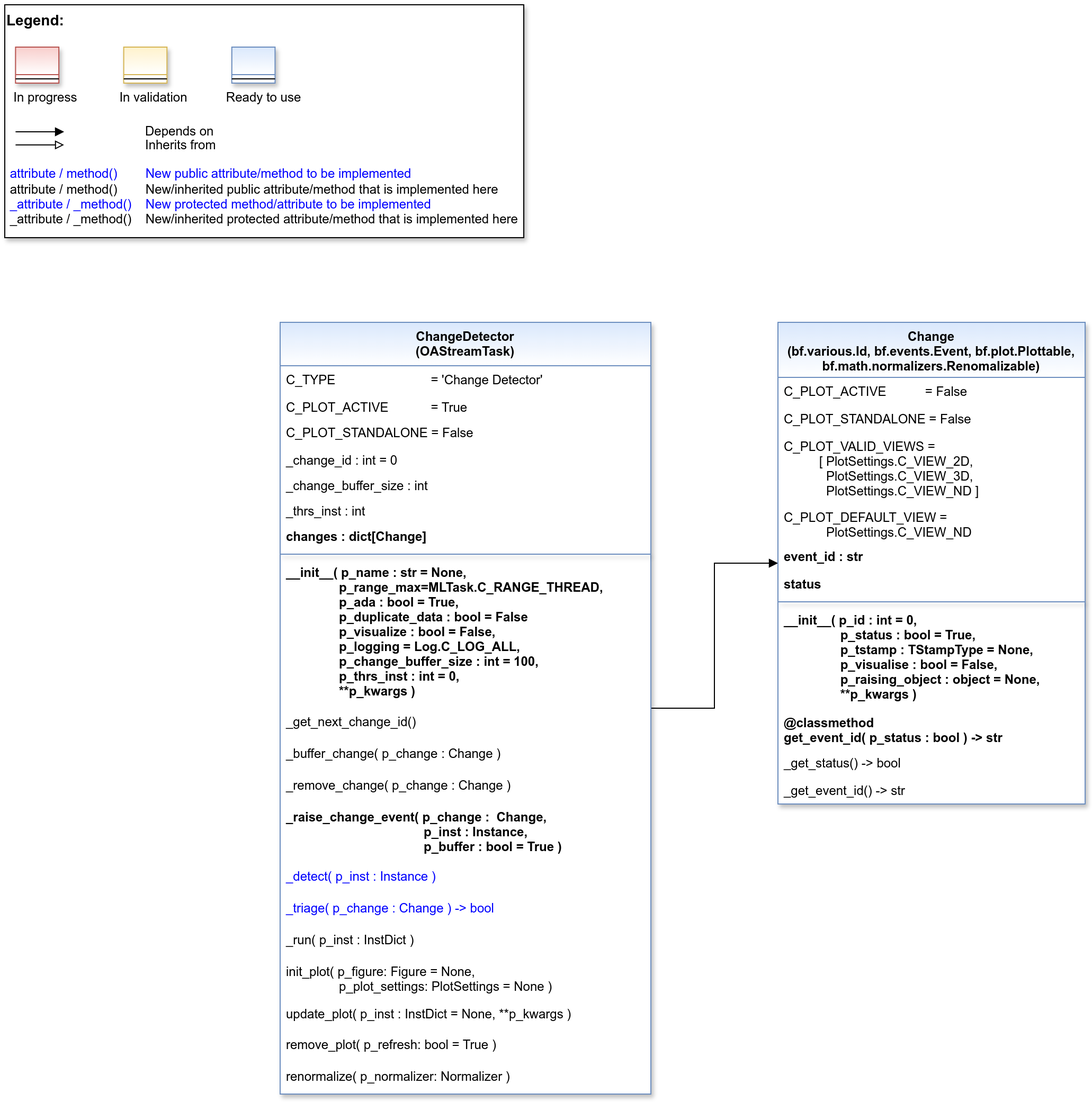
fhswf/MLPro keeps this draw.io diagram as doc/rtd/content/99_appendices/appendix2/sub/mlpro_oa/streams/30_change_detection/images/MLPro-OA-Change-Detectors_class_diagram.drawio.png. Above is the earlier version. Source tidied: cells renumbered, new cells last; positions are measured from the earlier drawing's top-left corner, leaving out a move shared by most shapes. The source it was exported from:
```xml
<mxGraphModel>
  <root>
    <mxCell id="0" />
    <mxCell id="1" parent="0" />
    <mxCell id="2" style="group;" parent="1" vertex="1">
      <mxGeometry width="490" height="220" as="geometry" />
    </mxCell>
    <mxCell id="3" value="&lt;font color=&quot;#000000&quot; size=&quot;1&quot;&gt;&lt;b style=&quot;font-size: 14px&quot;&gt;Legend:&lt;br&gt;&lt;/b&gt;&lt;/font&gt;&lt;br&gt;&lt;br&gt;&lt;br&gt;&lt;font color=&quot;#0000ff&quot; style=&quot;font-size: 6px&quot;&gt;&lt;br&gt;&lt;/font&gt;&lt;span style=&quot;color: rgb(0 , 0 , 0)&quot;&gt;&lt;font style=&quot;font-size: 4px&quot;&gt;&amp;nbsp; &amp;nbsp;&lt;/font&gt;&amp;nbsp;In progress&amp;nbsp; &amp;nbsp; &amp;nbsp; &amp;nbsp; &amp;nbsp; &amp;nbsp; In validation&amp;nbsp; &amp;nbsp; &amp;nbsp; &amp;nbsp; &amp;nbsp; &amp;nbsp;Ready to use&lt;/span&gt;&lt;font color=&quot;#000000&quot;&gt;&amp;nbsp;&lt;br&gt;&lt;/font&gt;&lt;font color=&quot;#0000ff&quot;&gt;&lt;br&gt;&lt;br&gt;&lt;br&gt;&lt;br&gt;&amp;nbsp;attribute / method()&amp;nbsp; &amp;nbsp; &amp;nbsp; &amp;nbsp; New public attribute/method to be implemented&lt;/font&gt;&lt;br&gt;&lt;font color=&quot;#000000&quot;&gt;&amp;nbsp;&lt;/font&gt;&lt;font color=&quot;#000000&quot;&gt;attribute / method()&lt;span&gt; &lt;/span&gt;&amp;nbsp; &amp;nbsp; &amp;nbsp; &amp;nbsp;New/inherited public attribute/method that is implemented here&lt;br&gt;&lt;/font&gt;&lt;font color=&quot;#0000ff&quot;&gt;&amp;nbsp;_attribute /&amp;nbsp;&lt;/font&gt;&lt;font color=&quot;#0000ff&quot;&gt;_method()&amp;nbsp; &amp;nbsp; New protected method/attribute to be implemented&lt;/font&gt;&lt;br&gt;&lt;font color=&quot;#000000&quot;&gt;&amp;nbsp;_attribute / _method()&amp;nbsp; &amp;nbsp; New/inherited protected attribute/method that is implemented here&lt;br&gt;&lt;/font&gt;&lt;font color=&quot;#000000&quot;&gt;&lt;br&gt;&lt;br&gt;&lt;br&gt;&lt;br&gt;&lt;br&gt;&lt;/font&gt;" style="text;html=1;align=left;verticalAlign=top;whiteSpace=wrap;rounded=0;fontColor=#006600;strokeColor=#000000;shadow=1;fillColor=#ffffff;" parent="2" vertex="1">
      <mxGeometry width="490" height="220" as="geometry" />
    </mxCell>
    <mxCell id="4" value="Depends on" style="endArrow=block;html=1;labelPosition=right;verticalLabelPosition=middle;align=left;verticalAlign=middle;endFill=1;fontSize=12;" parent="2" edge="1">
      <mxGeometry x="-1623.1" y="-2180" as="geometry">
        <mxPoint x="10.2" y="120" as="sourcePoint" />
        <mxPoint x="56" y="120" as="targetPoint" />
        <Array as="points">
          <mxPoint x="30.6" y="120" />
        </Array>
        <mxPoint x="98" as="offset" />
      </mxGeometry>
    </mxCell>
    <mxCell id="5" value="Inherits from" style="endArrow=block;html=1;labelPosition=right;verticalLabelPosition=middle;align=left;verticalAlign=middle;endFill=0;fontSize=12;" parent="2" edge="1">
      <mxGeometry x="-1623.1" y="-2180" as="geometry">
        <mxPoint x="10.2" y="132.4" as="sourcePoint" />
        <mxPoint x="56" y="132.4" as="targetPoint" />
        <mxPoint x="98" y="1" as="offset" />
      </mxGeometry>
    </mxCell>
    <mxCell id="6" style="swimlane;fontStyle=3;align=center;verticalAlign=top;horizontal=1;startSize=26;rounded=0;shadow=1;strokeWidth=1;fillColor=#f8cecc;strokeColor=#b85450;gradientColor=#ffffff;swimlaneFillColor=#ffffff;" parent="2" vertex="1">
      <mxGeometry x="10.2" y="40" width="40.8" height="34" as="geometry" />
    </mxCell>
    <mxCell id="7" style="line;html=1;strokeWidth=1;align=left;verticalAlign=middle;spacingTop=-1;spacingLeft=3;spacingRight=3;labelPosition=right;" parent="6" vertex="1">
      <mxGeometry y="26" width="40.8" height="8" as="geometry" />
    </mxCell>
    <mxCell id="8" style="swimlane;fontStyle=3;align=center;verticalAlign=top;horizontal=1;startSize=26;rounded=0;shadow=1;strokeWidth=1;fillColor=#fff2cc;strokeColor=#d6b656;gradientColor=#ffffff;swimlaneFillColor=#ffffff;" parent="2" vertex="1">
      <mxGeometry x="112.3" y="40" width="40.8" height="34" as="geometry" />
    </mxCell>
    <mxCell id="9" style="line;html=1;strokeWidth=1;align=left;verticalAlign=middle;spacingTop=-1;spacingLeft=3;spacingRight=3;labelPosition=right;" parent="8" vertex="1">
      <mxGeometry y="26" width="40.8" height="8" as="geometry" />
    </mxCell>
    <mxCell id="10" style="swimlane;fontStyle=3;align=center;verticalAlign=top;horizontal=1;startSize=26;rounded=0;shadow=1;strokeWidth=1;fillColor=#dae8fc;strokeColor=#6c8ebf;gradientColor=#ffffff;swimlaneFillColor=#ffffff;" parent="2" vertex="1">
      <mxGeometry x="214.4" y="40" width="40.8" height="34" as="geometry" />
    </mxCell>
    <mxCell id="11" style="line;html=1;strokeWidth=1;align=left;verticalAlign=middle;spacingTop=-1;spacingLeft=3;spacingRight=3;labelPosition=right;" parent="10" vertex="1">
      <mxGeometry y="26" width="40.8" height="8" as="geometry" />
    </mxCell>
    <mxCell id="12" style="edgeStyle=orthogonalEdgeStyle;rounded=0;jettySize=auto;html=1;endArrow=block;endFill=1;" parent="1" edge="1" source="13" target="34">
      <mxGeometry relative="1" as="geometry" />
    </mxCell>
    <mxCell id="13" value="ChangeDetector&#10;(OAStreamTask)" style="swimlane;align=center;verticalAlign=top;horizontal=1;startSize=41;rounded=0;shadow=1;strokeWidth=1;fillColor=#dae8fc;strokeColor=#6c8ebf;swimlaneFillColor=#ffffff;gradientColor=#FFFFFF;" parent="1" vertex="1">
      <mxGeometry x="260" y="300" width="350" height="729" as="geometry" />
    </mxCell>
    <mxCell id="14" value="C_TYPE                           = 'Change Detector'" style="text;align=left;verticalAlign=top;spacingLeft=4;spacingRight=4;overflow=hidden;fontStyle=0;fontColor=default;" parent="13" vertex="1">
      <mxGeometry y="41" width="350" height="26" as="geometry" />
    </mxCell>
    <mxCell id="15" value="C_PLOT_ACTIVE&amp;nbsp; &amp;nbsp; &amp;nbsp; &amp;nbsp; &amp;nbsp;&lt;span style=&quot;white-space: pre;&quot;&gt;&#9;&lt;/span&gt;&amp;nbsp;= True" style="text;align=left;verticalAlign=top;spacingLeft=4;spacingRight=4;overflow=hidden;html=1;" parent="13" vertex="1">
      <mxGeometry y="67" width="350" height="24" as="geometry" />
    </mxCell>
    <mxCell id="16" value="C_PLOT_STANDALONE = False" style="text;align=left;verticalAlign=top;spacingLeft=4;spacingRight=4;overflow=hidden;" parent="13" vertex="1">
      <mxGeometry y="91" width="350" height="26" as="geometry" />
    </mxCell>
    <mxCell id="17" value="_change_id : int = 0" style="text;align=left;verticalAlign=top;spacingLeft=4;spacingRight=4;overflow=hidden;" parent="13" vertex="1">
      <mxGeometry y="117" width="350" height="24" as="geometry" />
    </mxCell>
    <mxCell id="18" value="_change_buffer_size : int" style="text;align=left;verticalAlign=top;spacingLeft=4;spacingRight=4;overflow=hidden;" parent="13" vertex="1">
      <mxGeometry y="141" width="350" height="24" as="geometry" />
    </mxCell>
    <mxCell id="19" value="_thrs_inst : int" style="text;align=left;verticalAlign=top;spacingLeft=4;spacingRight=4;overflow=hidden;" parent="13" vertex="1">
      <mxGeometry y="165" width="350" height="24" as="geometry" />
    </mxCell>
    <mxCell id="20" value="changes : dict[Change]" style="text;align=left;verticalAlign=top;spacingLeft=4;spacingRight=4;overflow=hidden;fontStyle=1;" parent="13" vertex="1">
      <mxGeometry y="189" width="350" height="26" as="geometry" />
    </mxCell>
    <mxCell id="21" style="line;html=1;strokeWidth=1;align=center;verticalAlign=top;spacingTop=-1;spacingLeft=3;spacingRight=3;labelPosition=right;rounded=0;shadow=1;strokeColor=#6c8ebf;swimlaneFillColor=#ffffff;fontFamily=Helvetica;fontSize=12;fontColor=default;fontStyle=3;fillColor=#dae8fc;gradientColor=#ffffff;" parent="13" vertex="1">
      <mxGeometry y="215" width="350" height="8" as="geometry" />
    </mxCell>
    <mxCell id="22" value="__init__( p_name : str = None,&#10;               p_range_max=MLTask.C_RANGE_THREAD,&#10;               p_ada : bool = True,&#10;               p_duplicate_data : bool = False&#10;               p_visualize : bool = False,&#10;               p_logging = Log.C_LOG_ALL,&#10;               p_change_buffer_size : int = 100,&#10;               p_thrs_inst : int = 0,&#10;               **p_kwargs )" style="text;align=left;verticalAlign=top;spacingLeft=4;spacingRight=4;overflow=hidden;fontStyle=1;" parent="13" vertex="1">
      <mxGeometry y="223" width="350" height="141" as="geometry" />
    </mxCell>
    <mxCell id="23" value="_get_next_change_id()" style="text;align=left;verticalAlign=top;spacingLeft=4;spacingRight=4;overflow=hidden;shadow=1;" parent="13" vertex="1">
      <mxGeometry y="364" width="350" height="30" as="geometry" />
    </mxCell>
    <mxCell id="24" value="_buffer_change( p_change : Change )" style="text;align=left;verticalAlign=top;spacingLeft=4;spacingRight=4;overflow=hidden;shadow=1;" parent="13" vertex="1">
      <mxGeometry y="394" width="350" height="30" as="geometry" />
    </mxCell>
    <mxCell id="25" value="_remove_change( p_change : Change )" style="text;align=left;verticalAlign=top;spacingLeft=4;spacingRight=4;overflow=hidden;shadow=1;" parent="13" vertex="1">
      <mxGeometry y="424" width="350" height="30" as="geometry" />
    </mxCell>
    <mxCell id="26" value="_raise_change_event( p_change :  Change, &#10;                                       p_inst : Instance,&#10;                                       p_buffer : bool = True )" style="text;align=left;verticalAlign=top;spacingLeft=4;spacingRight=4;overflow=hidden;shadow=1;fontStyle=1;" parent="13" vertex="1">
      <mxGeometry y="454" width="350" height="56" as="geometry" />
    </mxCell>
    <mxCell id="27" value="_detect( p_inst : Instance )" style="text;align=left;verticalAlign=top;spacingLeft=4;spacingRight=4;overflow=hidden;shadow=1;fontColor=#0000FF;" parent="13" vertex="1">
      <mxGeometry y="510" width="350" height="30" as="geometry" />
    </mxCell>
    <mxCell id="28" value="_triage( p_change : Change ) -&gt; bool" style="text;align=left;verticalAlign=top;spacingLeft=4;spacingRight=4;overflow=hidden;shadow=1;fontColor=#0000FF;" parent="13" vertex="1">
      <mxGeometry y="540" width="350" height="30" as="geometry" />
    </mxCell>
    <mxCell id="29" value="_run( p_inst : InstDict )" style="text;align=left;verticalAlign=top;spacingLeft=4;spacingRight=4;overflow=hidden;shadow=1;" parent="13" vertex="1">
      <mxGeometry y="570" width="350" height="30" as="geometry" />
    </mxCell>
    <mxCell id="30" value="init_plot( p_figure: Figure = None,&#10;               p_plot_settings: PlotSettings = None )" style="text;align=left;verticalAlign=top;spacingLeft=4;spacingRight=4;overflow=hidden;shadow=1;fontStyle=0;" parent="13" vertex="1">
      <mxGeometry y="600" width="350" height="40" as="geometry" />
    </mxCell>
    <mxCell id="31" value="update_plot( p_inst : InstDict = None, **p_kwargs )" style="text;align=left;verticalAlign=top;spacingLeft=4;spacingRight=4;overflow=hidden;shadow=1;fontStyle=0;" parent="13" vertex="1">
      <mxGeometry y="640" width="350" height="29" as="geometry" />
    </mxCell>
    <mxCell id="32" value="remove_plot( p_refresh: bool = True )" style="text;align=left;verticalAlign=top;spacingLeft=4;spacingRight=4;overflow=hidden;shadow=1;fontStyle=0;" parent="13" vertex="1">
      <mxGeometry y="669" width="350" height="30" as="geometry" />
    </mxCell>
    <mxCell id="33" value="renormalize( p_normalizer: Normalizer ) " style="text;align=left;verticalAlign=top;spacingLeft=4;spacingRight=4;overflow=hidden;shadow=1;fontStyle=0;" parent="13" vertex="1">
      <mxGeometry y="699" width="350" height="30" as="geometry" />
    </mxCell>
    <mxCell id="34" value="Change&#10;(bf.various.Id, bf.events.Event, bf.plot.Plottable,&#10;bf.math.normalizers.Renomalizable)" style="swimlane;fontStyle=1;align=center;verticalAlign=top;horizontal=1;startSize=52;rounded=0;shadow=1;strokeWidth=1;fillColor=#dae8fc;strokeColor=#6c8ebf;swimlaneFillColor=#ffffff;fontFamily=Helvetica;fontSize=12;gradientColor=#FFFFFF;" parent="1" vertex="1">
      <mxGeometry x="730" y="300" width="290" height="455" as="geometry" />
    </mxCell>
    <mxCell id="35" value="C_PLOT_ACTIVE           = False" style="text;align=left;verticalAlign=top;spacingLeft=4;spacingRight=4;overflow=hidden;" parent="34" vertex="1">
      <mxGeometry y="52" width="290" height="26" as="geometry" />
    </mxCell>
    <mxCell id="36" value="C_PLOT_STANDALONE = False" style="text;align=left;verticalAlign=top;spacingLeft=4;spacingRight=4;overflow=hidden;" parent="34" vertex="1">
      <mxGeometry y="78" width="290" height="26" as="geometry" />
    </mxCell>
    <mxCell id="37" value="C_PLOT_VALID_VIEWS = &#10;          [ PlotSettings.C_VIEW_2D, &#10;            PlotSettings.C_VIEW_3D, &#10;            PlotSettings.C_VIEW_ND ]" style="text;align=left;verticalAlign=top;spacingLeft=4;spacingRight=4;overflow=hidden;" parent="34" vertex="1">
      <mxGeometry y="104" width="290" height="67" as="geometry" />
    </mxCell>
    <mxCell id="38" value="C_PLOT_DEFAULT_VIEW = &#10;            PlotSettings.C_VIEW_ND" style="text;align=left;verticalAlign=top;spacingLeft=4;spacingRight=4;overflow=hidden;" parent="34" vertex="1">
      <mxGeometry y="171" width="290" height="37" as="geometry" />
    </mxCell>
    <mxCell id="39" value="event_id : str" style="text;align=left;verticalAlign=top;spacingLeft=4;spacingRight=4;overflow=hidden;fontStyle=1;" parent="34" vertex="1">
      <mxGeometry y="208" width="290" height="26" as="geometry" />
    </mxCell>
    <mxCell id="40" value="status" style="text;align=left;verticalAlign=top;spacingLeft=4;spacingRight=4;overflow=hidden;fontStyle=1;" parent="34" vertex="1">
      <mxGeometry y="234" width="290" height="26" as="geometry" />
    </mxCell>
    <mxCell id="41" style="line;html=1;strokeWidth=1;align=center;verticalAlign=top;spacingTop=-1;spacingLeft=3;spacingRight=3;labelPosition=right;rounded=0;shadow=1;strokeColor=#6c8ebf;swimlaneFillColor=#ffffff;fontFamily=Helvetica;fontSize=12;fontColor=default;fontStyle=1;fillColor=#dae8fc;gradientColor=#ffffff;" parent="34" vertex="1">
      <mxGeometry y="260" width="290" height="8" as="geometry" />
    </mxCell>
    <mxCell id="42" value="__init__( p_id : int = 0,&#10;                p_status : bool = True,&#10;                p_tstamp : TStampType = None,&#10;                p_visualise : bool = False,&#10;                p_raising_object : object = None,&#10;                **p_kwargs )" style="text;align=left;verticalAlign=top;spacingLeft=4;spacingRight=4;overflow=hidden;fontStyle=1;" parent="34" vertex="1">
      <mxGeometry y="268" width="290" height="97" as="geometry" />
    </mxCell>
    <mxCell id="43" value="@classmethod&#10;get_event_id( p_status : bool ) -&gt; str" style="text;align=left;verticalAlign=top;spacingLeft=4;spacingRight=4;overflow=hidden;fontStyle=1;" parent="34" vertex="1">
      <mxGeometry y="365" width="290" height="38" as="geometry" />
    </mxCell>
    <mxCell id="44" value="_get_status() -&gt; bool" style="text;align=left;verticalAlign=top;spacingLeft=4;spacingRight=4;overflow=hidden;fontStyle=0;" parent="34" vertex="1">
      <mxGeometry y="403" width="290" height="26" as="geometry" />
    </mxCell>
    <mxCell id="45" value="_get_event_id() -&gt; str" style="text;align=left;verticalAlign=top;spacingLeft=4;spacingRight=4;overflow=hidden;fontStyle=0;" parent="34" vertex="1">
      <mxGeometry y="429" width="290" height="26" as="geometry" />
    </mxCell>
  </root>
</mxGraphModel>
```
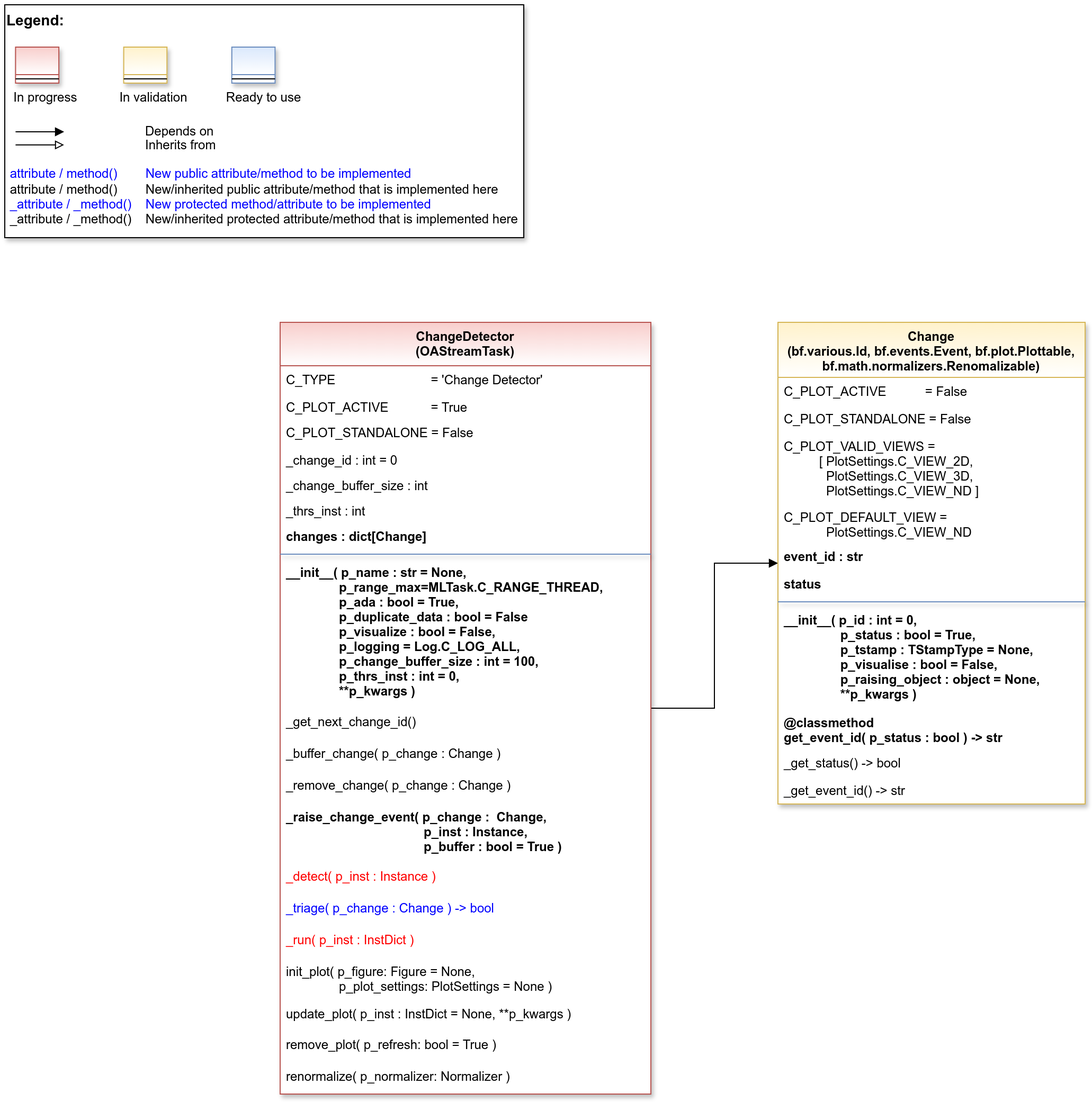
Later version of the same file.

Commit message:
Refact: Introduction of Change Detection as parent of Anomaly and Drift Detection #1197

Change to the diagram source:
```diff
@@ -46,7 +46,7 @@
     <mxCell id="12" style="edgeStyle=orthogonalEdgeStyle;rounded=0;jettySize=auto;html=1;endArrow=block;endFill=1;" parent="1" edge="1" source="13" target="34">
       <mxGeometry relative="1" as="geometry" />
     </mxCell>
-    <mxCell id="13" value="ChangeDetector&#10;(OAStreamTask)" style="swimlane;align=center;verticalAlign=top;horizontal=1;startSize=41;rounded=0;shadow=1;strokeWidth=1;fillColor=#dae8fc;strokeColor=#6c8ebf;swimlaneFillColor=#ffffff;gradientColor=#FFFFFF;" parent="1" vertex="1">
+    <mxCell id="13" value="ChangeDetector&#10;(OAStreamTask)" style="swimlane;align=center;verticalAlign=top;horizontal=1;startSize=41;rounded=0;shadow=1;strokeWidth=1;fillColor=#f8cecc;strokeColor=#b85450;swimlaneFillColor=#ffffff;gradientColor=#FFFFFF;" parent="1" vertex="1">
       <mxGeometry x="260" y="300" width="350" height="729" as="geometry" />
     </mxCell>
     <mxCell id="14" value="C_TYPE                           = 'Change Detector'" style="text;align=left;verticalAlign=top;spacingLeft=4;spacingRight=4;overflow=hidden;fontStyle=0;fontColor=default;" parent="13" vertex="1">
@@ -88,13 +88,13 @@
     <mxCell id="26" value="_raise_change_event( p_change :  Change, &#10;                                       p_inst : Instance,&#10;                                       p_buffer : bool = True )" style="text;align=left;verticalAlign=top;spacingLeft=4;spacingRight=4;overflow=hidden;shadow=1;fontStyle=1;" parent="13" vertex="1">
       <mxGeometry y="454" width="350" height="56" as="geometry" />
     </mxCell>
-    <mxCell id="27" value="_detect( p_inst : Instance )" style="text;align=left;verticalAlign=top;spacingLeft=4;spacingRight=4;overflow=hidden;shadow=1;fontColor=#0000FF;" parent="13" vertex="1">
+    <mxCell id="27" value="_detect( p_inst : Instance )" style="text;align=left;verticalAlign=top;spacingLeft=4;spacingRight=4;overflow=hidden;shadow=1;fontColor=#FF0000;" parent="13" vertex="1">
       <mxGeometry y="510" width="350" height="30" as="geometry" />
     </mxCell>
     <mxCell id="28" value="_triage( p_change : Change ) -&gt; bool" style="text;align=left;verticalAlign=top;spacingLeft=4;spacingRight=4;overflow=hidden;shadow=1;fontColor=#0000FF;" parent="13" vertex="1">
       <mxGeometry y="540" width="350" height="30" as="geometry" />
     </mxCell>
-    <mxCell id="29" value="_run( p_inst : InstDict )" style="text;align=left;verticalAlign=top;spacingLeft=4;spacingRight=4;overflow=hidden;shadow=1;" parent="13" vertex="1">
+    <mxCell id="29" value="_run( p_inst : InstDict )" style="text;align=left;verticalAlign=top;spacingLeft=4;spacingRight=4;overflow=hidden;shadow=1;fontColor=#FF0000;" parent="13" vertex="1">
       <mxGeometry y="570" width="350" height="30" as="geometry" />
     </mxCell>
     <mxCell id="30" value="init_plot( p_figure: Figure = None,&#10;               p_plot_settings: PlotSettings = None )" style="text;align=left;verticalAlign=top;spacingLeft=4;spacingRight=4;overflow=hidden;shadow=1;fontStyle=0;" parent="13" vertex="1">
@@ -109,7 +109,7 @@
     <mxCell id="33" value="renormalize( p_normalizer: Normalizer ) " style="text;align=left;verticalAlign=top;spacingLeft=4;spacingRight=4;overflow=hidden;shadow=1;fontStyle=0;" parent="13" vertex="1">
       <mxGeometry y="699" width="350" height="30" as="geometry" />
     </mxCell>
-    <mxCell id="34" value="Change&#10;(bf.various.Id, bf.events.Event, bf.plot.Plottable,&#10;bf.math.normalizers.Renomalizable)" style="swimlane;fontStyle=1;align=center;verticalAlign=top;horizontal=1;startSize=52;rounded=0;shadow=1;strokeWidth=1;fillColor=#dae8fc;strokeColor=#6c8ebf;swimlaneFillColor=#ffffff;fontFamily=Helvetica;fontSize=12;gradientColor=#FFFFFF;" parent="1" vertex="1">
+    <mxCell id="34" value="Change&#10;(bf.various.Id, bf.events.Event, bf.plot.Plottable,&#10;bf.math.normalizers.Renomalizable)" style="swimlane;fontStyle=1;align=center;verticalAlign=top;horizontal=1;startSize=52;rounded=0;shadow=1;strokeWidth=1;fillColor=#fff2cc;strokeColor=#d6b656;swimlaneFillColor=#ffffff;fontFamily=Helvetica;fontSize=12;gradientColor=#FFFFFF;" parent="1" vertex="1">
       <mxGeometry x="730" y="300" width="290" height="455" as="geometry" />
     </mxCell>
     <mxCell id="35" value="C_PLOT_ACTIVE           = False" style="text;align=left;verticalAlign=top;spacingLeft=4;spacingRight=4;overflow=hidden;" parent="34" vertex="1">
```
